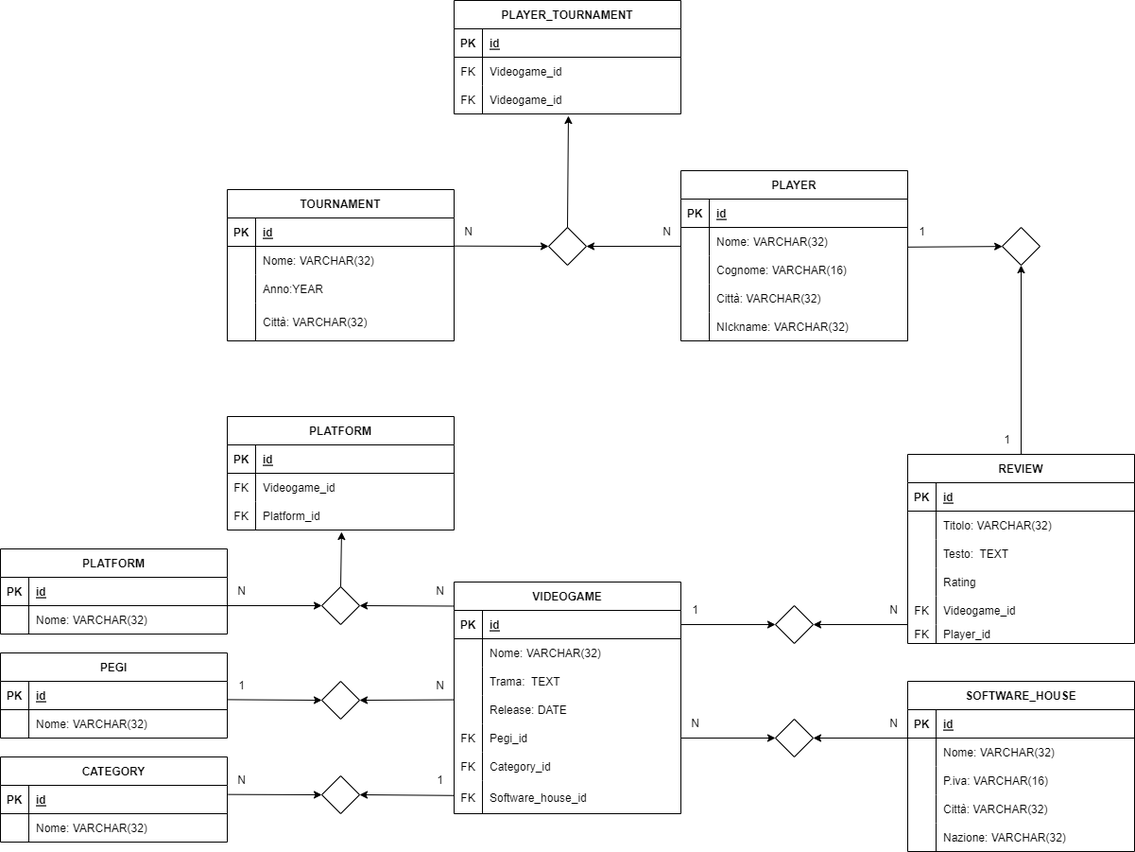
This is db-videogames.drawio.png from AlessandroDiNardo/db-videogames, a draw.io export, as it was before one commit. Source tidied: cells renumbered, new cells last; positions are measured from the earlier drawing's top-left corner, leaving out a move shared by most shapes.
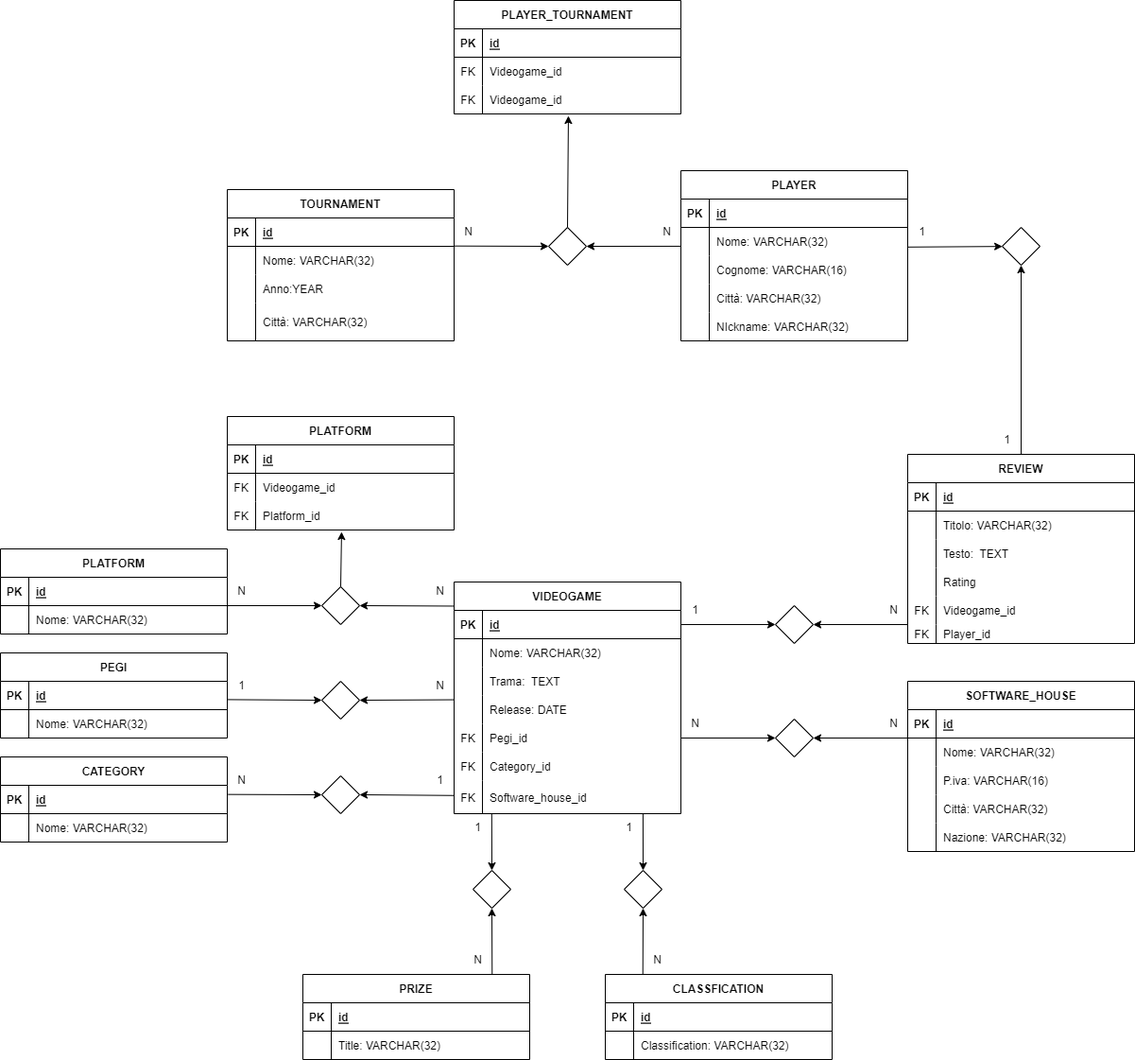
After the commit.

Diff of the diagram source:
```diff
@@ -504,5 +504,77 @@
     <mxCell id="165" value="1" style="text;html=1;align=center;verticalAlign=middle;strokeColor=none;fillColor=none;" parent="1" vertex="1">
       <mxGeometry x="960" y="230" width="30" height="30" as="geometry" />
     </mxCell>
+    <mxCell id="166" value="PRIZE" style="shape=table;startSize=30;rowLines=0;fontStyle=1;align=center;" parent="1" vertex="1">
+      <mxGeometry x="320" y="1030" width="240" height="90" as="geometry" />
+    </mxCell>
+    <mxCell id="167" style="shape=partialRectangle;fillColor=none;top=0;left=0;right=0;bottom=1;" parent="166" vertex="1">
+      <mxGeometry y="30" width="240" height="30" as="geometry" />
+    </mxCell>
+    <mxCell id="168" value="PK" style="shape=partialRectangle;overflow=hidden;fillColor=none;top=0;left=0;bottom=0;right=0;fontStyle=1;" parent="167" vertex="1">
+      <mxGeometry width="30" height="30" as="geometry" />
+    </mxCell>
+    <mxCell id="169" value="id" style="shape=partialRectangle;overflow=hidden;fillColor=none;top=0;left=0;bottom=0;right=0;align=left;spacingLeft=6;fontStyle=5;" parent="167" vertex="1">
+      <mxGeometry x="30" width="210" height="30" as="geometry" />
+    </mxCell>
+    <mxCell id="170" style="shape=partialRectangle;fillColor=none;top=0;left=0;right=0;bottom=0;" parent="166" vertex="1">
+      <mxGeometry y="60" width="240" height="30" as="geometry" />
+    </mxCell>
+    <mxCell id="171" style="shape=partialRectangle;overflow=hidden;fillColor=none;top=0;left=0;bottom=0;right=0;" parent="170" vertex="1">
+      <mxGeometry width="30" height="30" as="geometry" />
+    </mxCell>
+    <mxCell id="172" value="Title: VARCHAR(32)" style="shape=partialRectangle;overflow=hidden;fillColor=none;top=0;left=0;bottom=0;right=0;align=left;spacingLeft=6;" parent="170" vertex="1">
+      <mxGeometry x="30" width="210" height="30" as="geometry" />
+    </mxCell>
+    <mxCell id="173" value="CLASSFICATION" style="shape=table;startSize=30;rowLines=0;fontStyle=1;align=center;" parent="1" vertex="1">
+      <mxGeometry x="640" y="1030" width="240" height="90" as="geometry" />
+    </mxCell>
+    <mxCell id="174" style="shape=partialRectangle;fillColor=none;top=0;left=0;right=0;bottom=1;" parent="173" vertex="1">
+      <mxGeometry y="30" width="240" height="30" as="geometry" />
+    </mxCell>
+    <mxCell id="175" value="PK" style="shape=partialRectangle;overflow=hidden;fillColor=none;top=0;left=0;bottom=0;right=0;fontStyle=1;" parent="174" vertex="1">
+      <mxGeometry width="30" height="30" as="geometry" />
+    </mxCell>
+    <mxCell id="176" value="id" style="shape=partialRectangle;overflow=hidden;fillColor=none;top=0;left=0;bottom=0;right=0;align=left;spacingLeft=6;fontStyle=5;" parent="174" vertex="1">
+      <mxGeometry x="30" width="210" height="30" as="geometry" />
+    </mxCell>
+    <mxCell id="177" style="shape=partialRectangle;fillColor=none;top=0;left=0;right=0;bottom=0;" parent="173" vertex="1">
+      <mxGeometry y="60" width="240" height="30" as="geometry" />
+    </mxCell>
+    <mxCell id="178" style="shape=partialRectangle;overflow=hidden;fillColor=none;top=0;left=0;bottom=0;right=0;" parent="177" vertex="1">
+      <mxGeometry width="30" height="30" as="geometry" />
+    </mxCell>
+    <mxCell id="179" value="Classification: VARCHAR(32)" style="shape=partialRectangle;overflow=hidden;fillColor=none;top=0;left=0;bottom=0;right=0;align=left;spacingLeft=6;" parent="177" vertex="1">
+      <mxGeometry x="30" width="210" height="30" as="geometry" />
+    </mxCell>
+    <mxCell id="180" style="rhombus;whiteSpace=wrap;html=1;" parent="1" vertex="1">
+      <mxGeometry x="500" y="920" width="40" height="40" as="geometry" />
+    </mxCell>
+    <mxCell id="181" style="rhombus;whiteSpace=wrap;html=1;" parent="1" vertex="1">
+      <mxGeometry x="660" y="920" width="40" height="40" as="geometry" />
+    </mxCell>
+    <mxCell id="182" style="endArrow=classic;html=1;rounded=0;entryX=0.5;entryY=0;entryDx=0;entryDy=0;exitX=0.833;exitY=1;exitDx=0;exitDy=0;exitPerimeter=0;" parent="1" edge="1" source="21" target="181">
+      <mxGeometry relative="1" as="geometry" />
+    </mxCell>
+    <mxCell id="183" style="endArrow=classic;html=1;rounded=0;entryX=0.5;entryY=0;entryDx=0;entryDy=0;exitX=0.166;exitY=1.003;exitDx=0;exitDy=0;exitPerimeter=0;" parent="1" edge="1" source="21" target="180">
+      <mxGeometry relative="1" as="geometry" />
+    </mxCell>
+    <mxCell id="184" value="1" style="text;html=1;align=center;verticalAlign=middle;strokeColor=none;fillColor=none;" parent="1" vertex="1">
+      <mxGeometry x="490" y="860" width="30" height="30" as="geometry" />
+    </mxCell>
+    <mxCell id="185" value="1" style="text;html=1;align=center;verticalAlign=middle;strokeColor=none;fillColor=none;" parent="1" vertex="1">
+      <mxGeometry x="650" y="860" width="30" height="30" as="geometry" />
+    </mxCell>
+    <mxCell id="186" value="N" style="text;html=1;align=center;verticalAlign=middle;points=[];strokeColor=none;fillColor=none;" parent="1" vertex="1">
+      <mxGeometry x="490" y="1000" width="30" height="30" as="geometry" />
+    </mxCell>
+    <mxCell id="187" value="N" style="text;html=1;align=center;verticalAlign=middle;points=[];strokeColor=none;fillColor=none;" parent="1" vertex="1">
+      <mxGeometry x="680" y="1000" width="30" height="30" as="geometry" />
+    </mxCell>
+    <mxCell id="188" style="endArrow=classic;html=1;rounded=0;entryX=0.5;entryY=1;entryDx=0;entryDy=0;exitX=-0.009;exitY=1.001;exitDx=0;exitDy=0;exitPerimeter=0;" parent="1" edge="1" source="187" target="181">
+      <mxGeometry relative="1" as="geometry" />
+    </mxCell>
+    <mxCell id="189" style="endArrow=classic;html=1;rounded=0;entryX=0.5;entryY=1;entryDx=0;entryDy=0;exitX=1.009;exitY=0.978;exitDx=0;exitDy=0;exitPerimeter=0;" parent="1" edge="1" source="186" target="180">
+      <mxGeometry relative="1" as="geometry" />
+    </mxCell>
   </root>
 </mxGraphModel>
```
